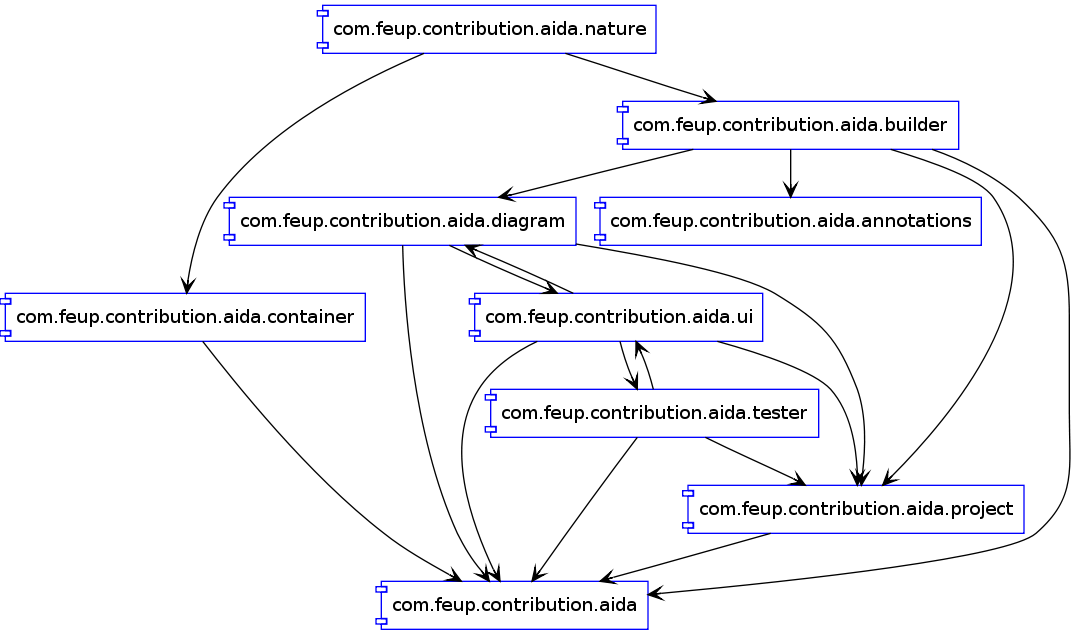
Earlier version of the Graphviz export aida.png (arestivo/aida). Its source is kept beside it as aida.dot. Its diagram source:
```dot
graph "druid" {
  node [ fontname = "Trebuchet", label = "\N"]
  node [ shape = "component", color = "blue"]
    "com.feup.contribution.aida.project" [label="com.feup.contribution.aida.project"]
    "com.feup.contribution.aida.diagram" [label="com.feup.contribution.aida.diagram"]
    "com.feup.contribution.aida.annotations" [label="com.feup.contribution.aida.annotations"]
    "com.feup.contribution.aida.nature" [label="com.feup.contribution.aida.nature"]
    "com.feup.contribution.aida.ui" [label="com.feup.contribution.aida.ui"]
    "com.feup.contribution.aida" [label="com.feup.contribution.aida"]
    "com.feup.contribution.aida.container" [label="com.feup.contribution.aida.container"]
    "com.feup.contribution.aida.tester" [label="com.feup.contribution.aida.tester"]
    "com.feup.contribution.aida.builder" [label="com.feup.contribution.aida.builder"]
  edge [ color = "black", arrowhead="ovee" ]
    "com.feup.contribution.aida.project" -- "com.feup.contribution.aida"
    "com.feup.contribution.aida.diagram" -- "com.feup.contribution.aida.project"
    "com.feup.contribution.aida.diagram" -- "com.feup.contribution.aida"
    "com.feup.contribution.aida.diagram" -- "com.feup.contribution.aida.ui"
    "com.feup.contribution.aida.nature" -- "com.feup.contribution.aida.builder"
    "com.feup.contribution.aida.nature" -- "com.feup.contribution.aida.container"
    "com.feup.contribution.aida.ui" -- "com.feup.contribution.aida.project"
    "com.feup.contribution.aida.ui" -- "com.feup.contribution.aida.diagram"
    "com.feup.contribution.aida.ui" -- "com.feup.contribution.aida"
    "com.feup.contribution.aida.ui" -- "com.feup.contribution.aida.tester"
    "com.feup.contribution.aida.container" -- "com.feup.contribution.aida"
    "com.feup.contribution.aida.tester" -- "com.feup.contribution.aida.project"
    "com.feup.contribution.aida.tester" -- "com.feup.contribution.aida"
    "com.feup.contribution.aida.tester" -- "com.feup.contribution.aida.ui"
    "com.feup.contribution.aida.builder" -- "com.feup.contribution.aida.project"
    "com.feup.contribution.aida.builder" -- "com.feup.contribution.aida.diagram"
    "com.feup.contribution.aida.builder" -- "com.feup.contribution.aida"
    "com.feup.contribution.aida.builder" -- "com.feup.contribution.aida.annotations"
}
```
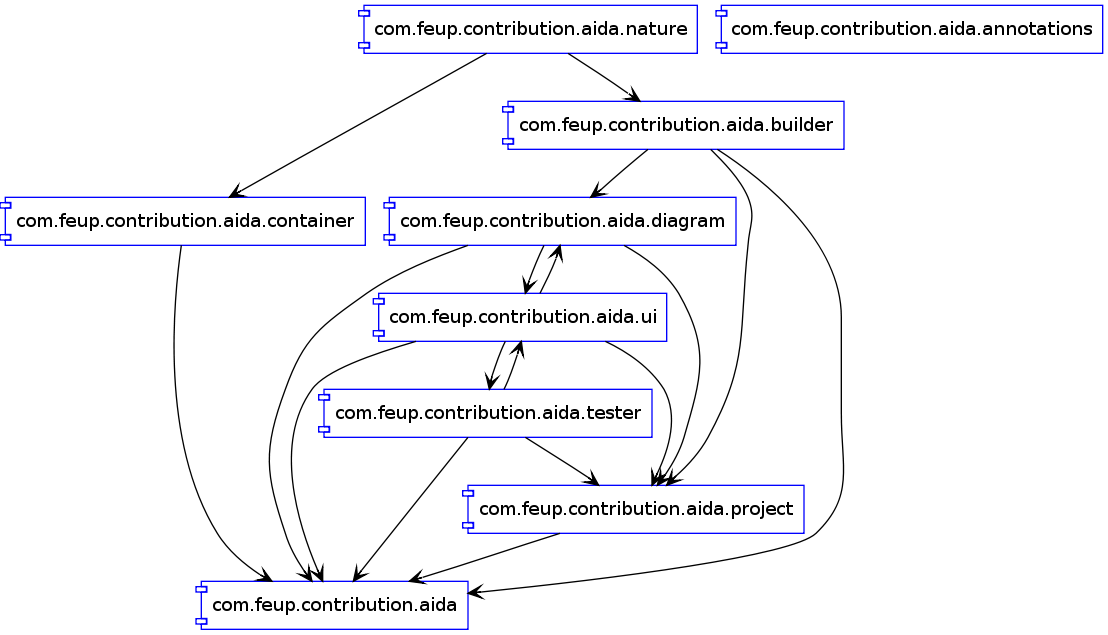
Above is the later version.

The edit, as a diff of the source:
```diff
@@ -10,23 +10,22 @@
     "com.feup.contribution.aida.container" [label="com.feup.contribution.aida.container"]
     "com.feup.contribution.aida.tester" [label="com.feup.contribution.aida.tester"]
     "com.feup.contribution.aida.builder" [label="com.feup.contribution.aida.builder"]
-  edge [ color = "black", arrowhead="ovee" ]
+  edge [ color = "black", arrowhead="vee" ]
     "com.feup.contribution.aida.project" -- "com.feup.contribution.aida"
+    "com.feup.contribution.aida.diagram" -- "com.feup.contribution.aida.ui"
+    "com.feup.contribution.aida.diagram" -- "com.feup.contribution.aida"
     "com.feup.contribution.aida.diagram" -- "com.feup.contribution.aida.project"
-    "com.feup.contribution.aida.diagram" -- "com.feup.contribution.aida"
-    "com.feup.contribution.aida.diagram" -- "com.feup.contribution.aida.ui"
     "com.feup.contribution.aida.nature" -- "com.feup.contribution.aida.builder"
     "com.feup.contribution.aida.nature" -- "com.feup.contribution.aida.container"
-    "com.feup.contribution.aida.ui" -- "com.feup.contribution.aida.project"
     "com.feup.contribution.aida.ui" -- "com.feup.contribution.aida.diagram"
     "com.feup.contribution.aida.ui" -- "com.feup.contribution.aida"
+    "com.feup.contribution.aida.ui" -- "com.feup.contribution.aida.project"
     "com.feup.contribution.aida.ui" -- "com.feup.contribution.aida.tester"
     "com.feup.contribution.aida.container" -- "com.feup.contribution.aida"
+    "com.feup.contribution.aida.tester" -- "com.feup.contribution.aida.ui"
+    "com.feup.contribution.aida.tester" -- "com.feup.contribution.aida"
     "com.feup.contribution.aida.tester" -- "com.feup.contribution.aida.project"
-    "com.feup.contribution.aida.tester" -- "com.feup.contribution.aida"
-    "com.feup.contribution.aida.tester" -- "com.feup.contribution.aida.ui"
-    "com.feup.contribution.aida.builder" -- "com.feup.contribution.aida.project"
     "com.feup.contribution.aida.builder" -- "com.feup.contribution.aida.diagram"
     "com.feup.contribution.aida.builder" -- "com.feup.contribution.aida"
-    "com.feup.contribution.aida.builder" -- "com.feup.contribution.aida.annotations"
+    "com.feup.contribution.aida.builder" -- "com.feup.contribution.aida.project"
 }
```
